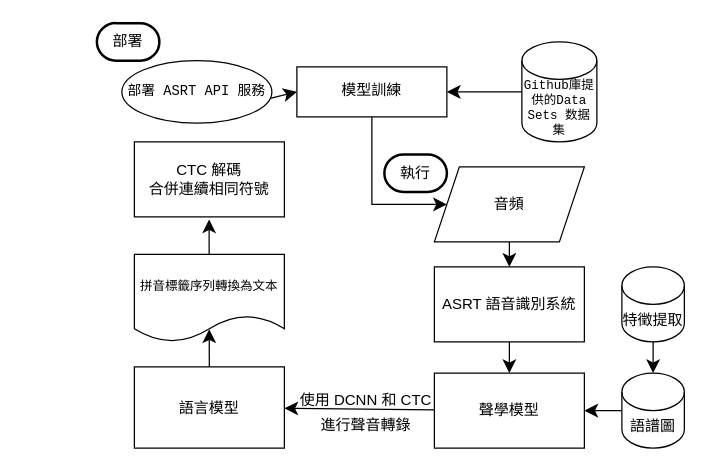
Before: 未命名绘图.drawio in youqi52/ChatGPT-Discord-Bot, a draw.io diagram. Source tidied: cells renumbered, new cells numbered last; positions are measured from the earlier drawing's top-left corner, leaving out a move shared by most shapes. Both pictures are drawn from the tidied source at 125%, with x=0, y=0 at pixel (96, 22).
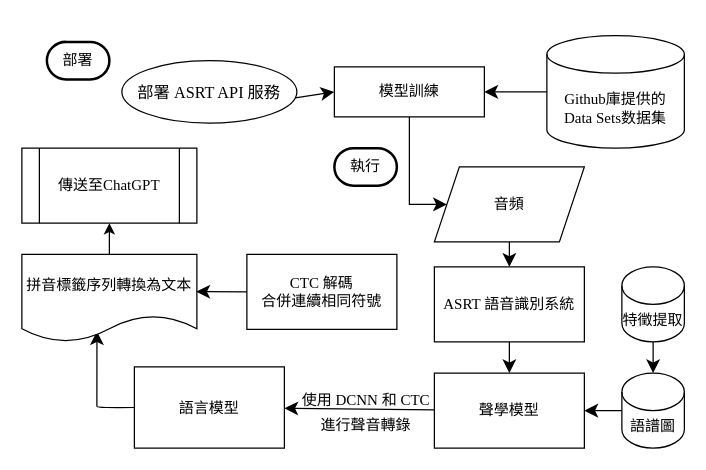
After the change.

The edit, as a diff of the source:
```diff
@@
-    <mxCell id="2" style="edgeStyle=none;curved=1;rounded=0;jettySize=auto;html=1;fontSize=12;startSize=8;endSize=8;" parent="1" edge="1" source="3" target="4">
+    <mxCell id="2" style="edgeStyle=none;curved=1;rounded=0;jettySize=auto;html=1;fontSize=12;startSize=8;endSize=8;fontFamily=Times New Roman;" parent="1" edge="1" source="3" target="4">
       <mxGeometry relative="1" as="geometry" />
     </mxCell>
-    <mxCell id="3" value="部署 ASRT API 服務" style="ellipse;whiteSpace=wrap;html=1;fontFamily=Courier New;fontSize=11;" parent="1" vertex="1">
-      <mxGeometry x="20" y="30" width="120" height="50" as="geometry" />
+    <mxCell id="3" value="部署 ASRT API 服務" style="ellipse;whiteSpace=wrap;html=1;fontFamily=Times New Roman;fontSize=13;" parent="1" vertex="1">
+      <mxGeometry x="20" y="30" width="140" height="50" as="geometry" />
     </mxCell>
-    <mxCell id="4" value="模型訓練" style="whiteSpace=wrap;html=1;fontFamily=Courier New;" parent="1" vertex="1">
-      <mxGeometry x="160" y="35" width="120" height="40" as="geometry" />
+    <mxCell id="4" value="模型訓練" style="whiteSpace=wrap;html=1;fontFamily=Times New Roman;" parent="1" vertex="1">
+      <mxGeometry x="190" y="35" width="120" height="40" as="geometry" />
     </mxCell>
-    <mxCell id="5" style="edgeStyle=none;curved=1;rounded=0;jettySize=auto;html=1;fontSize=12;startSize=8;endSize=8;fontFamily=Courier New;" parent="1" edge="1" source="6" target="4">
+    <mxCell id="5" style="edgeStyle=none;curved=1;rounded=0;jettySize=auto;html=1;fontSize=12;startSize=8;endSize=8;fontFamily=Times New Roman;" parent="1" edge="1" source="6" target="4">
       <mxGeometry relative="1" as="geometry" />
     </mxCell>
-    <mxCell id="6" value="Github庫提供的Data Sets 数据集" style="shape=cylinder3;whiteSpace=wrap;html=1;boundedLbl=1;backgroundOutline=1;size=15;fontSize=10;fontFamily=Courier New;" parent="1" vertex="1">
-      <mxGeometry x="340" y="15" width="60" height="80" as="geometry" />
+    <mxCell id="6" value="Github庫提供的&lt;br style=&quot;font-size: 12px;&quot;&gt;Data Sets数据集" style="shape=cylinder3;whiteSpace=wrap;html=1;boundedLbl=1;backgroundOutline=1;size=15;fontSize=12;fontFamily=Times New Roman;" parent="1" vertex="1">
+      <mxGeometry x="360" y="10" width="110" height="90" as="geometry" />
     </mxCell>
-    <mxCell id="7" value="部署" style="strokeWidth=2;html=1;shape=mxgraph.flowchart.terminator;whiteSpace=wrap;" parent="1" vertex="1">
-      <mxGeometry width="50" height="30" as="geometry" />
+    <mxCell id="7" value="部署" style="strokeWidth=2;html=1;shape=mxgraph.flowchart.terminator;whiteSpace=wrap;fontFamily=Times New Roman;" parent="1" vertex="1">
+      <mxGeometry x="-40" y="15" width="50" height="30" as="geometry" />
     </mxCell>
-    <mxCell id="8" style="edgeStyle=none;curved=1;rounded=0;jettySize=auto;html=1;fontSize=12;startSize=8;endSize=8;" parent="1" edge="1" source="9" target="16">
+    <mxCell id="8" style="edgeStyle=none;curved=1;rounded=0;jettySize=auto;html=1;fontSize=12;startSize=8;endSize=8;fontFamily=Times New Roman;" parent="1" edge="1" source="9" target="16">
       <mxGeometry relative="1" as="geometry" />
     </mxCell>
-    <mxCell id="9" value="ASRT 語音識別系統" style="rounded=0;whiteSpace=wrap;html=1;" parent="1" vertex="1">
+    <mxCell id="9" value="ASRT 語音識別系統" style="rounded=0;whiteSpace=wrap;html=1;fontFamily=Times New Roman;" parent="1" vertex="1">
       <mxGeometry x="270" y="195" width="120" height="60" as="geometry" />
     </mxCell>
-    <mxCell id="10" value="執行" style="strokeWidth=2;html=1;shape=mxgraph.flowchart.terminator;whiteSpace=wrap;" parent="1" vertex="1">
-      <mxGeometry x="230" y="105" width="50" height="30" as="geometry" />
+    <mxCell id="10" value="執行" style="strokeWidth=2;html=1;shape=mxgraph.flowchart.terminator;whiteSpace=wrap;fontFamily=Times New Roman;" parent="1" vertex="1">
+      <mxGeometry x="190" y="100" width="50" height="30" as="geometry" />
     </mxCell>
-    <mxCell id="11" style="edgeStyle=none;curved=1;rounded=0;jettySize=auto;html=1;fontSize=12;startSize=8;endSize=8;" parent="1" edge="1" source="12" target="14">
+    <mxCell id="11" style="edgeStyle=none;curved=1;rounded=0;jettySize=auto;html=1;fontSize=12;startSize=8;endSize=8;fontFamily=Times New Roman;" parent="1" edge="1" source="12" target="14">
       <mxGeometry relative="1" as="geometry" />
     </mxCell>
-    <mxCell id="12" value="特徵提取" style="shape=cylinder3;whiteSpace=wrap;html=1;boundedLbl=1;backgroundOutline=1;size=15;" parent="1" vertex="1">
+    <mxCell id="12" value="特徵提取" style="shape=cylinder3;whiteSpace=wrap;html=1;boundedLbl=1;backgroundOutline=1;size=15;fontFamily=Times New Roman;" parent="1" vertex="1">
       <mxGeometry x="420" y="195" width="50" height="60" as="geometry" />
     </mxCell>
-    <mxCell id="13" style="edgeStyle=none;curved=1;rounded=0;jettySize=auto;html=1;fontSize=12;startSize=8;endSize=8;" parent="1" edge="1" source="14" target="16">
+    <mxCell id="13" style="edgeStyle=none;curved=1;rounded=0;jettySize=auto;html=1;fontSize=12;startSize=8;endSize=8;fontFamily=Times New Roman;" parent="1" edge="1" source="14" target="16">
       <mxGeometry relative="1" as="geometry" />
     </mxCell>
-    <mxCell id="14" value="語譜圖" style="shape=cylinder3;whiteSpace=wrap;html=1;boundedLbl=1;backgroundOutline=1;size=15;" parent="1" vertex="1">
+    <mxCell id="14" value="語譜圖" style="shape=cylinder3;whiteSpace=wrap;html=1;boundedLbl=1;backgroundOutline=1;size=15;fontFamily=Times New Roman;" parent="1" vertex="1">
       <mxGeometry x="420" y="280" width="50" height="60" as="geometry" />
     </mxCell>
-    <mxCell id="15" style="edgeStyle=none;curved=1;rounded=0;jettySize=auto;html=1;fontSize=12;startSize=8;endSize=8;" parent="1" edge="1" source="16" target="20">
+    <mxCell id="15" style="edgeStyle=none;curved=1;rounded=0;jettySize=auto;html=1;fontSize=12;startSize=8;endSize=8;fontFamily=Times New Roman;" parent="1" edge="1" source="16" target="20">
       <mxGeometry relative="1" as="geometry" />
     </mxCell>
-    <mxCell id="16" value="聲學模型" style="rounded=0;whiteSpace=wrap;html=1;" parent="1" vertex="1">
+    <mxCell id="16" value="聲學模型" style="rounded=0;whiteSpace=wrap;html=1;fontFamily=Times New Roman;" parent="1" vertex="1">
       <mxGeometry x="270" y="280" width="120" height="60" as="geometry" />
     </mxCell>
-    <mxCell id="17" style="edgeStyle=none;curved=1;rounded=0;jettySize=auto;html=1;fontSize=12;startSize=8;endSize=8;" parent="1" edge="1" source="18">
+    <mxCell id="17" style="edgeStyle=none;curved=1;rounded=0;jettySize=auto;html=1;fontSize=12;startSize=8;endSize=8;fontFamily=Times New Roman;" parent="1" edge="1" source="18">
       <mxGeometry relative="1" as="geometry">
         <mxPoint x="330" y="195" as="targetPoint" />
       </mxGeometry>
     </mxCell>
-    <mxCell id="18" value="音頻" style="shape=parallelogram;perimeter=parallelogramPerimeter;whiteSpace=wrap;html=1;fixedSize=1;" parent="1" vertex="1">
+    <mxCell id="18" value="音頻" style="shape=parallelogram;perimeter=parallelogramPerimeter;whiteSpace=wrap;html=1;fixedSize=1;fontFamily=Times New Roman;" parent="1" vertex="1">
       <mxGeometry x="270" y="115" width="120" height="60" as="geometry" />
     </mxCell>
-    <mxCell id="19" style="edgeStyle=none;curved=1;rounded=0;jettySize=auto;html=1;fontSize=12;startSize=8;endSize=8;entryX=0.499;entryY=0.856;entryDx=0;entryDy=0;entryPerimeter=0;" parent="1" edge="1" source="20" target="21">
-      <mxGeometry relative="1" as="geometry" />
+    <mxCell id="19" style="edgeStyle=none;curved=1;rounded=0;jettySize=auto;html=1;fontSize=12;startSize=8;endSize=8;entryX=0.429;entryY=0.879;entryDx=0;entryDy=0;entryPerimeter=0;exitX=0;exitY=0.5;exitDx=0;exitDy=0;fontFamily=Times New Roman;" parent="1" edge="1" source="20" target="21">
+      <mxGeometry relative="1" as="geometry">
+        <Array as="points">
+          <mxPoint y="308" />
+          <mxPoint y="305" />
+        </Array>
+      </mxGeometry>
     </mxCell>
-    <mxCell id="20" value="語言模型" style="whiteSpace=wrap;html=1;rounded=0;" parent="1" vertex="1">
+    <mxCell id="20" value="語言模型" style="whiteSpace=wrap;html=1;rounded=0;fontFamily=Times New Roman;" parent="1" vertex="1">
       <mxGeometry x="30" y="275" width="120" height="65" as="geometry" />
     </mxCell>
+    <mxCell id="26" style="edgeStyle=orthogonalEdgeStyle;rounded=0;jettySize=auto;html=1;fontFamily=Times New Roman;" parent="1" edge="1" source="21" target="27">
+      <mxGeometry relative="1" as="geometry" />
+    </mxCell>
-    <mxCell id="21" value="拼音標籤序列轉換為文本" style="shape=document;whiteSpace=wrap;html=1;boundedLbl=1;fontSize=10;" parent="1" vertex="1">
-      <mxGeometry x="30" y="185" width="120" height="70" as="geometry" />
+    <mxCell id="21" value="拼音標籤序列轉換為文本" style="shape=document;whiteSpace=wrap;html=1;boundedLbl=1;fontSize=12;fontFamily=Times New Roman;" parent="1" vertex="1">
+      <mxGeometry x="-60" y="185" width="140" height="70" as="geometry" />
     </mxCell>
-    <mxCell id="22" value="CTC 解碼&lt;br&gt;合併連續相同符號" style="whiteSpace=wrap;html=1;rounded=0;" parent="1" vertex="1">
-      <mxGeometry x="30" y="95" width="120" height="60" as="geometry" />
+    <mxCell id="22" value="CTC 解碼&lt;br&gt;合併連續相同符號" style="whiteSpace=wrap;html=1;rounded=0;fontFamily=Times New Roman;" parent="1" vertex="1">
+      <mxGeometry x="120" y="185" width="120" height="60" as="geometry" />
     </mxCell>
-    <mxCell id="23" style="edgeStyle=none;curved=1;rounded=0;orthogonalLoop=1;jettySize=auto;html=1;fontSize=12;startSize=8;endSize=8;entryX=0.502;entryY=0.842;entryDx=0;entryDy=0;entryPerimeter=0;" parent="1" edge="1">
-      <mxGeometry relative="1" as="geometry">
-        <mxPoint x="89.8" y="185" as="sourcePoint" />
-        <mxPoint x="89.8" y="157" as="targetPoint" />
-      </mxGeometry>
+    <mxCell id="23" style="edgeStyle=none;curved=1;rounded=0;jettySize=auto;html=1;fontSize=12;startSize=8;endSize=8;exitX=0;exitY=0.5;exitDx=0;exitDy=0;entryX=0.997;entryY=0.426;entryDx=0;entryDy=0;entryPerimeter=0;fontFamily=Times New Roman;" parent="1" edge="1" source="22" target="21">
+      <mxGeometry relative="1" as="geometry" />
     </mxCell>
-    <mxCell id="24" style="endArrow=classic;html=1;rounded=0;fontSize=12;startSize=8;endSize=8;exitX=0.5;exitY=1;exitDx=0;exitDy=0;" parent="1" edge="1" source="4">
+    <mxCell id="24" style="endArrow=classic;html=1;rounded=0;fontSize=12;startSize=8;endSize=8;exitX=0.5;exitY=1;exitDx=0;exitDy=0;fontFamily=Times New Roman;" parent="1" edge="1" source="4">
       <mxGeometry relative="1" as="geometry">
         <mxPoint x="280" y="145" as="targetPoint" />
         <Array as="points">
-          <mxPoint x="220" y="145" />
+          <mxPoint x="250" y="145" />
         </Array>
       </mxGeometry>
     </mxCell>
-    <mxCell id="25" value="&lt;font style=&quot;font-size: 12px;&quot;&gt;使用 DCNN 和 CTC&lt;br&gt;進行聲音轉錄&lt;br&gt;&lt;/font&gt;" style="text;html=1;align=center;verticalAlign=middle;strokeColor=none;fillColor=none;fontSize=16;" parent="1" vertex="1">
+    <mxCell id="25" value="&lt;font style=&quot;font-size: 12px;&quot;&gt;使用 DCNN 和 CTC&lt;br&gt;進行聲音轉錄&lt;br&gt;&lt;/font&gt;" style="text;html=1;align=center;verticalAlign=middle;strokeColor=none;fillColor=none;fontSize=16;fontFamily=Times New Roman;" parent="1" vertex="1">
       <mxGeometry x="150" y="285" width="130" height="50" as="geometry" />
     </mxCell>
+    <mxCell id="27" value="&lt;font&gt;傳送至ChatGPT&lt;/font&gt;" style="shape=process;whiteSpace=wrap;html=1;backgroundOutline=1;fontFamily=Times New Roman;" parent="1" vertex="1">
+      <mxGeometry x="-60" y="100" width="140" height="60" as="geometry" />
+    </mxCell>
```
